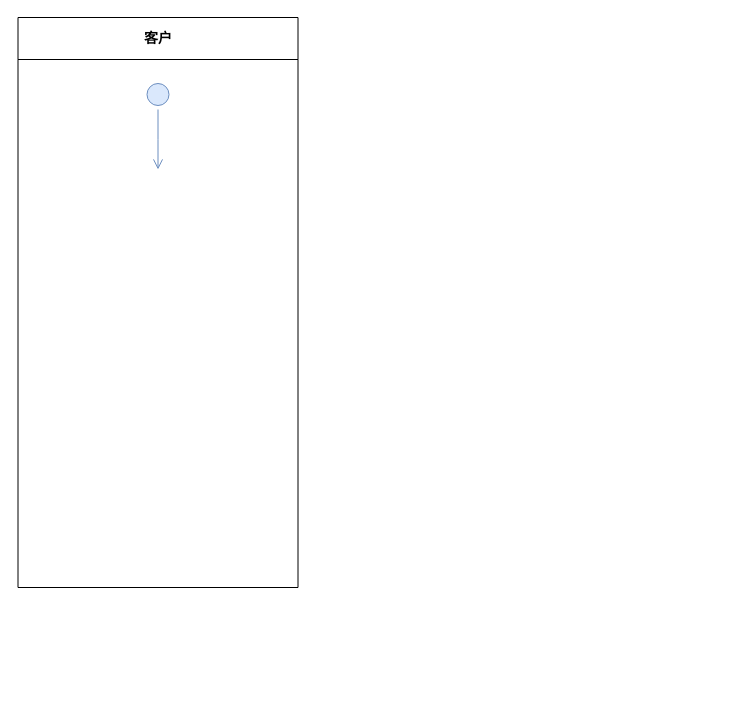
Earlier version of the draw.io diagram 软工绘图.drawio (RuspeciaNervld/DrawIO). Source tidied: cells renumbered, new cells numbered last; positions are measured from the earlier drawing's top-left corner, leaving out a move shared by most shapes. Both pictures are drawn from the tidied source at 100%, with x=0, y=0 at pixel (17, 17).
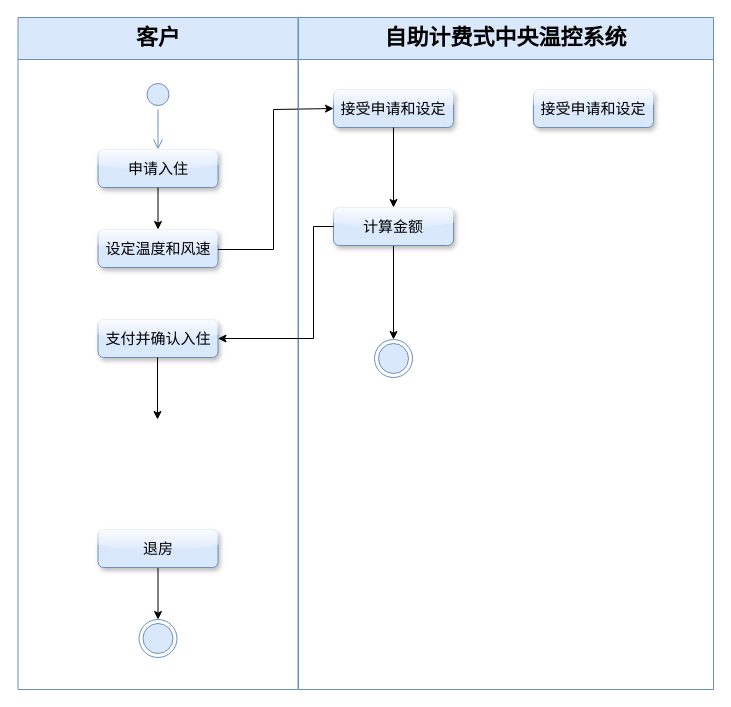
Above is the later version.

Commit message (it also covers changes not shown here):
更新软工绘图.drawio

The change refers to these unchanged cells:
```xml
<mxCell id="3" style="ellipse;html=1;shape=startState;fillColor=#dae8fc;strokeColor=#6c8ebf;" parent="2" vertex="1">
  <mxGeometry x="125" y="62" width="30" height="30" as="geometry" />
</mxCell>
```

The edit, as a diff of the source:
```diff
@@
-    <mxCell id="2" value="客户" style="swimlane;whiteSpace=wrap;startSize=42;spacing=2;fontSize=14;" parent="1" vertex="1">
-      <mxGeometry x="0.5" width="280" height="570" as="geometry" />
+    <mxCell id="2" value="客户" style="swimlane;whiteSpace=wrap;startSize=42;spacing=2;fontSize=22;fillColor=#dae8fc;strokeColor=#6c8ebf;" parent="1" vertex="1">
+      <mxGeometry x="0.5" width="280" height="672" as="geometry" />
     </mxCell>
@@
-    <mxCell id="4" style="edgeStyle=orthogonalEdgeStyle;html=1;verticalAlign=bottom;endArrow=open;endSize=8;strokeColor=#6c8ebf;rounded=0;fillColor=#dae8fc;" parent="2" edge="1" source="3">
-      <mxGeometry relative="1" as="geometry">
-        <mxPoint x="140" y="152" as="targetPoint" />
-      </mxGeometry>
+    <mxCell id="4" style="edgeStyle=orthogonalEdgeStyle;html=1;verticalAlign=bottom;endArrow=open;endSize=8;strokeColor=#6c8ebf;rounded=0;fillColor=#dae8fc;entryX=0.5;entryY=0;entryDx=0;entryDy=0;" parent="2" edge="1" source="3" target="5">
+      <mxGeometry relative="1" as="geometry" />
     </mxCell>
+    <mxCell id="5" value="&lt;span style=&quot;font-size: 15px;&quot;&gt;申请入住&lt;/span&gt;" style="whiteSpace=wrap;html=1;fillColor=#dae8fc;strokeColor=#6c8ebf;rounded=1;fillStyle=auto;gradientColor=none;shadow=1;glass=1;" parent="2" vertex="1">
+      <mxGeometry x="80" y="132" width="120" height="38" as="geometry" />
+    </mxCell>
+    <mxCell id="6" style="ellipse;html=1;shape=endState;fillColor=#dae8fc;strokeColor=#6c8ebf;" parent="2" vertex="1">
+      <mxGeometry x="121" y="602" width="38" height="38" as="geometry" />
+    </mxCell>
+    <mxCell id="7" value="&lt;span style=&quot;font-size: 15px;&quot;&gt;支付并确认入住&lt;/span&gt;" style="whiteSpace=wrap;html=1;fillColor=#dae8fc;strokeColor=#6c8ebf;rounded=1;fillStyle=auto;gradientColor=none;shadow=1;glass=1;" parent="2" vertex="1">
+      <mxGeometry x="80" y="302" width="120" height="38" as="geometry" />
+    </mxCell>
+    <mxCell id="8" value="&lt;span style=&quot;font-size: 15px;&quot;&gt;设定温度和风速&lt;/span&gt;" style="whiteSpace=wrap;html=1;fillColor=#dae8fc;strokeColor=#6c8ebf;rounded=1;fillStyle=auto;gradientColor=none;shadow=1;glass=1;" parent="2" vertex="1">
+      <mxGeometry x="80" y="212" width="120" height="38" as="geometry" />
+    </mxCell>
+    <mxCell id="9" style="edgeStyle=orthogonalEdgeStyle;rounded=0;jettySize=auto;html=1;" parent="2" edge="1" source="5" target="8">
+      <mxGeometry relative="1" as="geometry" />
+    </mxCell>
+    <mxCell id="10" style="edgeStyle=orthogonalEdgeStyle;rounded=0;jettySize=auto;html=1;entryX=0.5;entryY=0;entryDx=0;entryDy=0;exitX=0.5;exitY=1;exitDx=0;exitDy=0;" parent="2" edge="1" source="11" target="6">
+      <mxGeometry relative="1" as="geometry" />
+    </mxCell>
+    <mxCell id="11" value="&lt;span style=&quot;font-size: 15px;&quot;&gt;退房&lt;/span&gt;" style="whiteSpace=wrap;html=1;fillColor=#dae8fc;strokeColor=#6c8ebf;rounded=1;fillStyle=auto;gradientColor=none;shadow=1;glass=1;" parent="2" vertex="1">
+      <mxGeometry x="80" y="512" width="120" height="38" as="geometry" />
+    </mxCell>
+    <mxCell id="12" style="edgeStyle=orthogonalEdgeStyle;rounded=0;jettySize=auto;html=1;" parent="2" edge="1" source="7">
+      <mxGeometry relative="1" as="geometry">
+        <mxPoint x="139.5" y="402" as="targetPoint" />
+      </mxGeometry>
+    </mxCell>
+    <mxCell id="13" style="edgeStyle=orthogonalEdgeStyle;rounded=0;jettySize=auto;html=1;entryX=0;entryY=0.5;entryDx=0;entryDy=0;" parent="1" edge="1" source="8" target="15">
+      <mxGeometry relative="1" as="geometry">
+        <Array as="points">
+          <mxPoint x="256" y="232" />
+          <mxPoint x="256" y="92" />
+          <mxPoint x="316" y="92" />
+        </Array>
+      </mxGeometry>
+    </mxCell>
+    <mxCell id="14" value="自助计费式中央温控系统" style="swimlane;whiteSpace=wrap;startSize=42;spacing=2;fontSize=22;fillColor=#dae8fc;strokeColor=#6c8ebf;" parent="1" vertex="1">
+      <mxGeometry x="281" width="415" height="672" as="geometry" />
+    </mxCell>
+    <mxCell id="15" value="&lt;span style=&quot;font-size: 15px;&quot;&gt;接受申请和设定&lt;/span&gt;" style="whiteSpace=wrap;html=1;fillColor=#dae8fc;strokeColor=#6c8ebf;rounded=1;fillStyle=auto;gradientColor=none;shadow=1;glass=1;" parent="14" vertex="1">
+      <mxGeometry x="35" y="72" width="120" height="38" as="geometry" />
+    </mxCell>
+    <mxCell id="16" style="ellipse;html=1;shape=endState;fillColor=#dae8fc;strokeColor=#6c8ebf;" parent="14" vertex="1">
+      <mxGeometry x="76" y="322" width="38" height="38" as="geometry" />
+    </mxCell>
+    <mxCell id="17" style="edgeStyle=orthogonalEdgeStyle;rounded=0;jettySize=auto;html=1;entryX=0.5;entryY=0;entryDx=0;entryDy=0;" parent="14" edge="1" source="18" target="16">
+      <mxGeometry relative="1" as="geometry" />
+    </mxCell>
+    <mxCell id="18" value="&lt;span style=&quot;font-size: 15px;&quot;&gt;计算金额&lt;/span&gt;" style="whiteSpace=wrap;html=1;fillColor=#dae8fc;strokeColor=#6c8ebf;rounded=1;fillStyle=auto;gradientColor=none;shadow=1;glass=1;" parent="14" vertex="1">
+      <mxGeometry x="35" y="190" width="120" height="38" as="geometry" />
+    </mxCell>
+    <mxCell id="19" style="edgeStyle=orthogonalEdgeStyle;rounded=0;jettySize=auto;html=1;" parent="14" edge="1" source="15" target="18">
+      <mxGeometry relative="1" as="geometry" />
+    </mxCell>
+    <mxCell id="20" style="edgeStyle=orthogonalEdgeStyle;rounded=0;jettySize=auto;html=1;entryX=1;entryY=0.5;entryDx=0;entryDy=0;" parent="1" edge="1" source="18" target="7">
+      <mxGeometry relative="1" as="geometry">
+        <Array as="points">
+          <mxPoint x="296" y="209" />
+          <mxPoint x="296" y="321" />
+        </Array>
+      </mxGeometry>
+    </mxCell>
+    <mxCell id="21" value="&lt;span style=&quot;font-size: 15px;&quot;&gt;接受申请和设定&lt;/span&gt;" style="whiteSpace=wrap;html=1;fillColor=#dae8fc;strokeColor=#6c8ebf;rounded=1;fillStyle=auto;gradientColor=none;shadow=1;glass=1;" parent="1" vertex="1">
+      <mxGeometry x="516" y="72" width="120" height="38" as="geometry" />
+    </mxCell>
```
